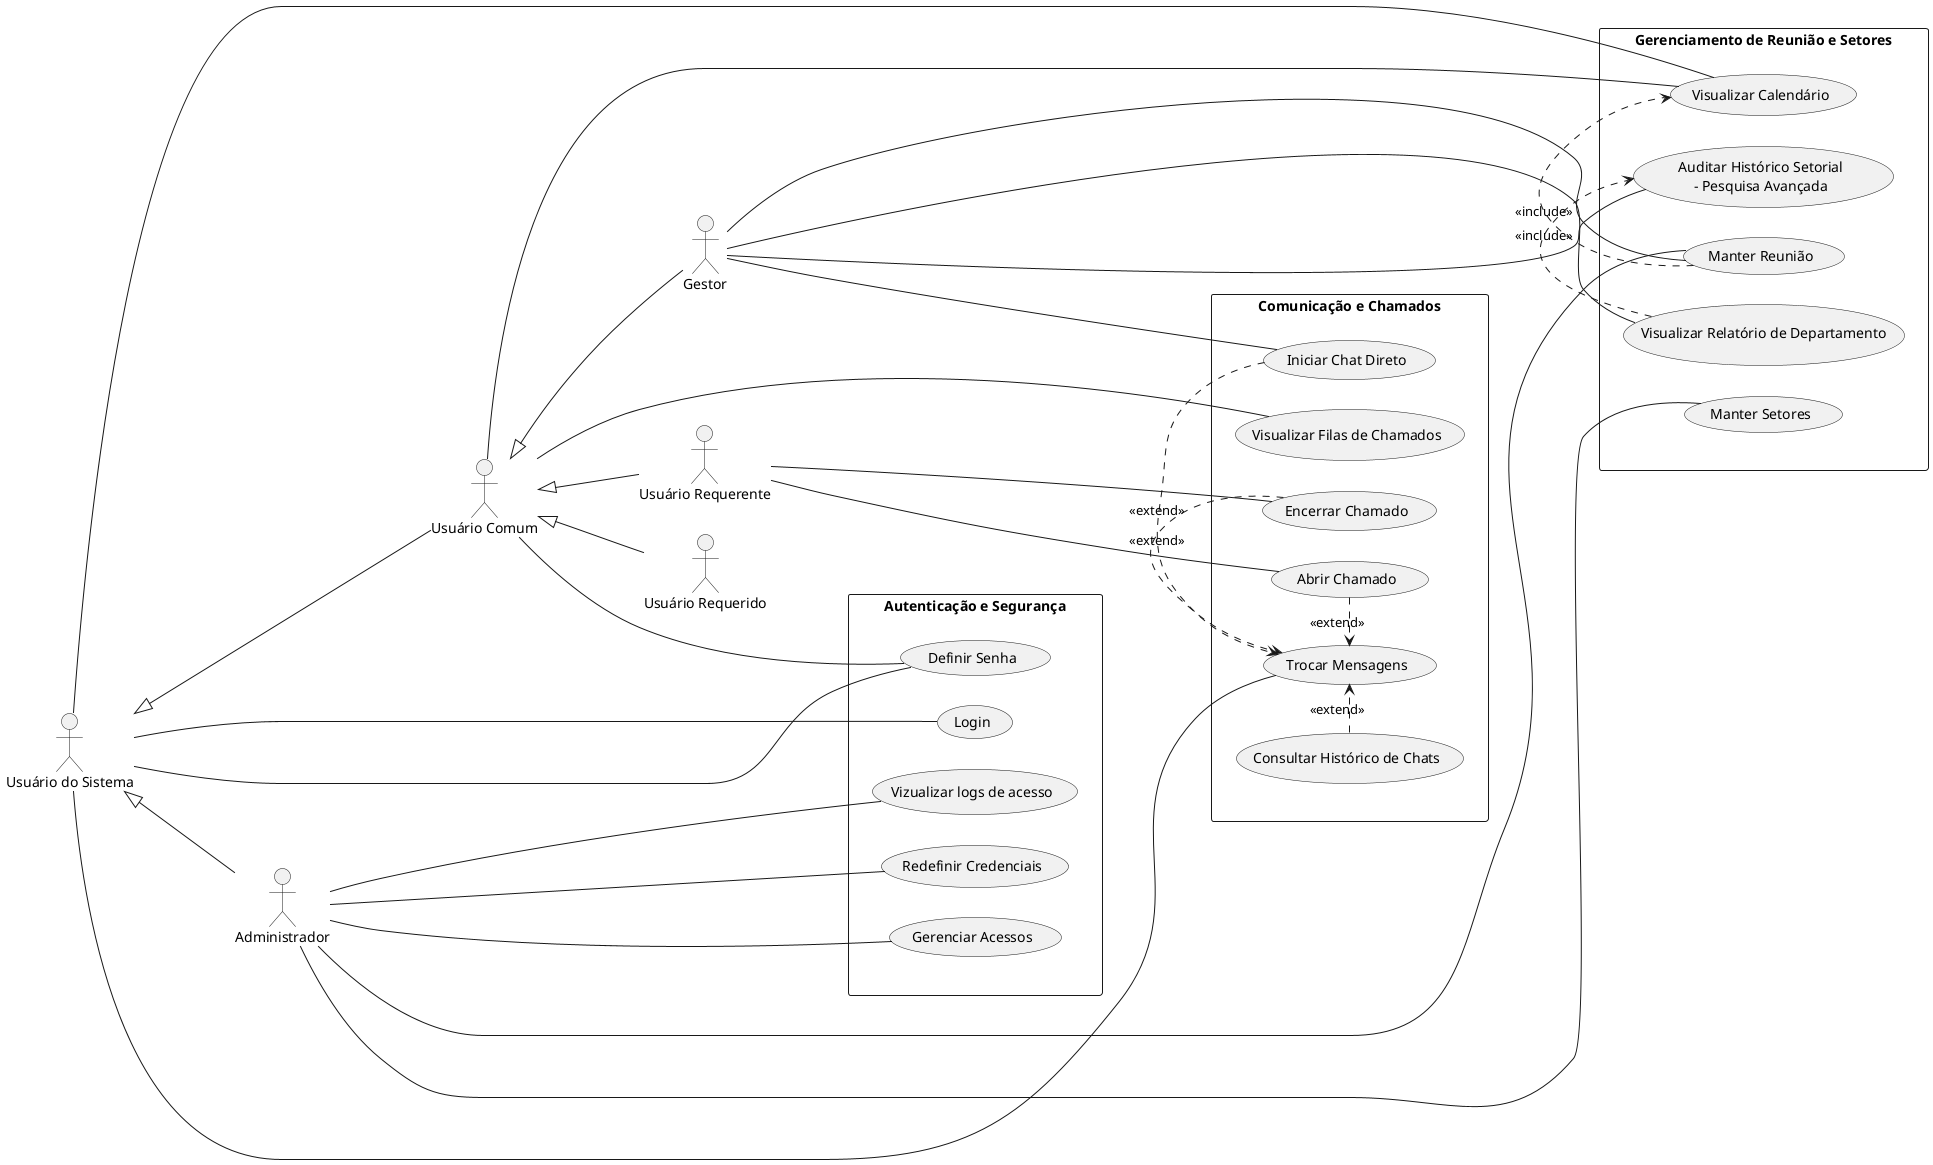
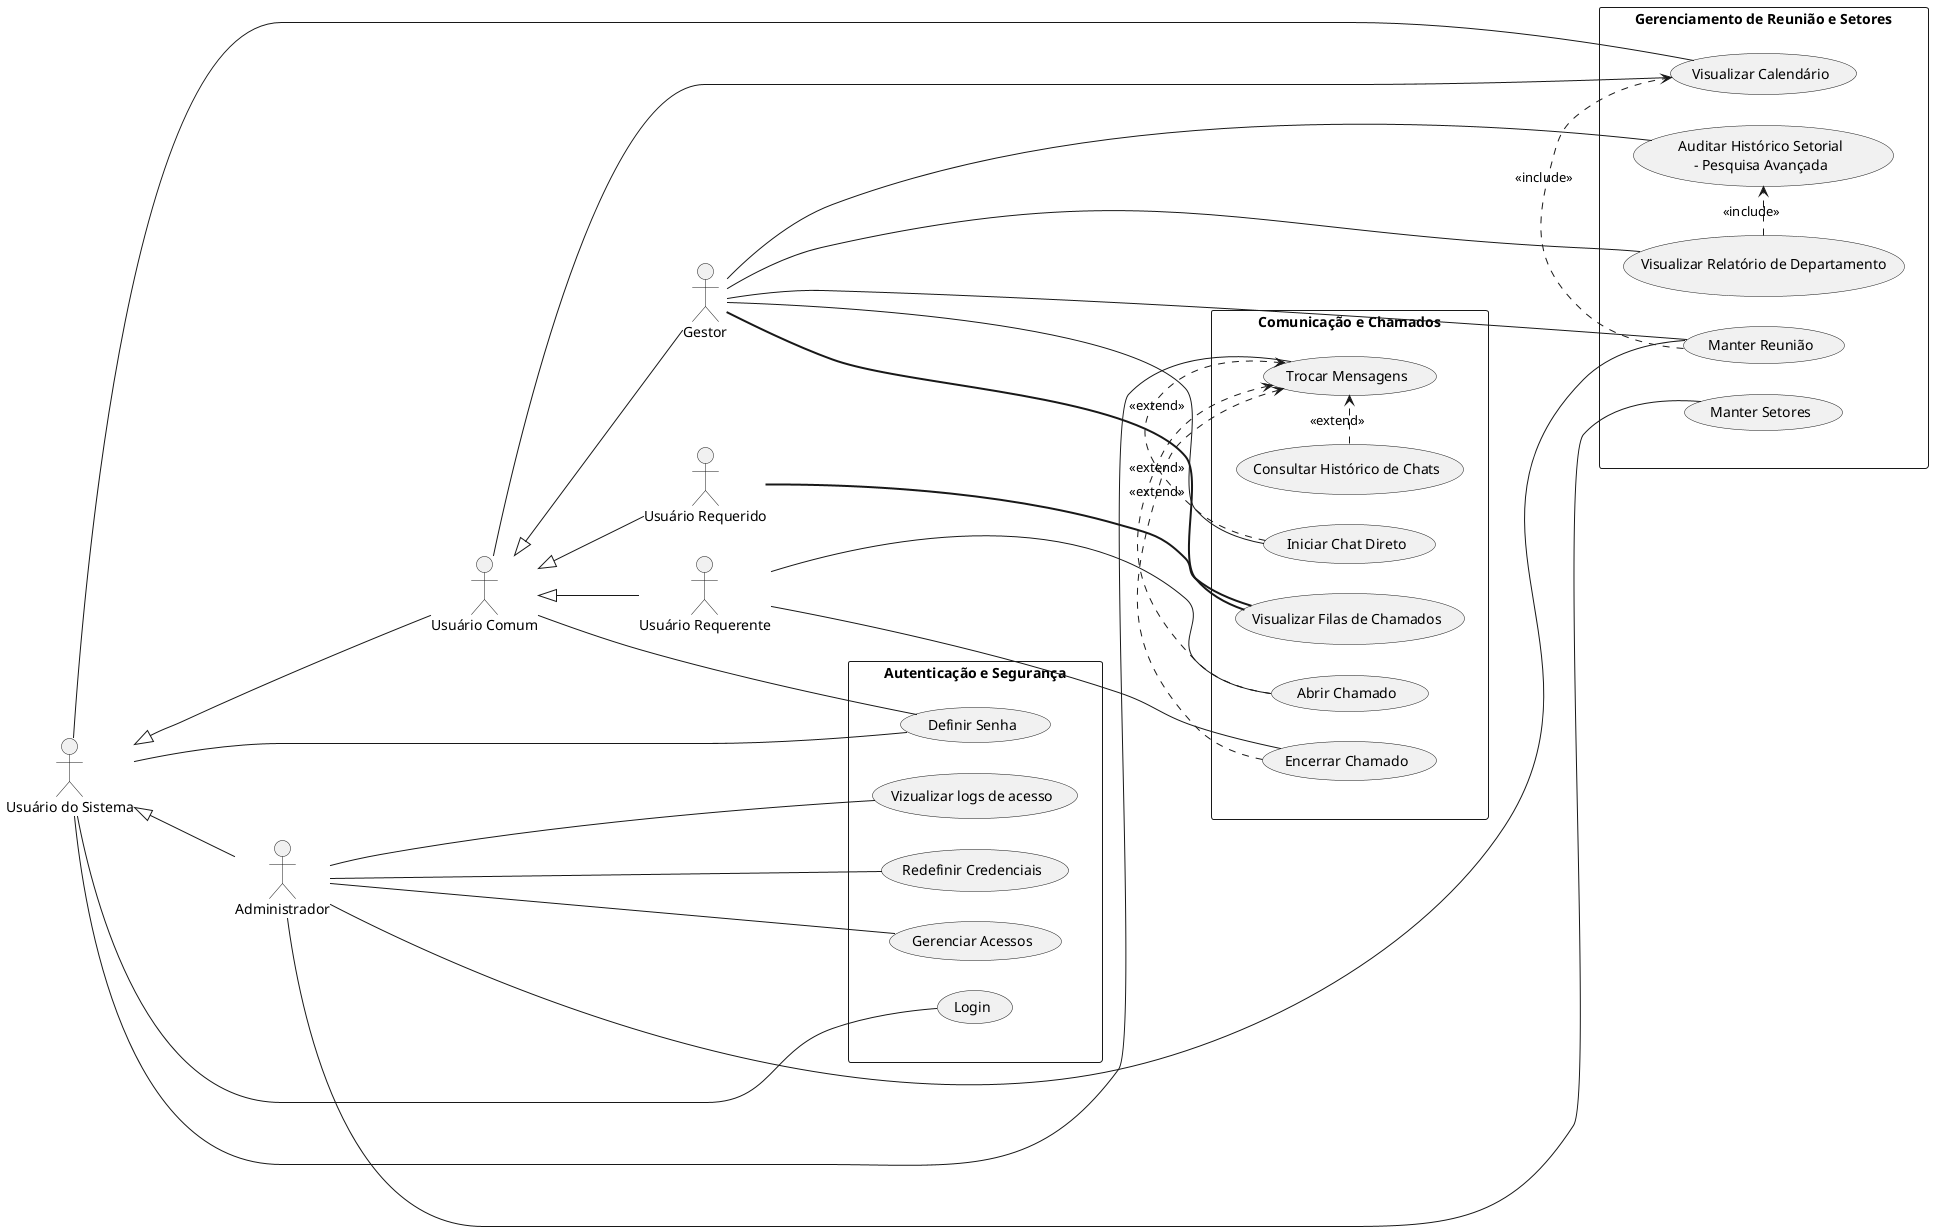
@startuml

' Configurações estéticas para melhorar o layout e o direcionamento das setas
skinparam backgroundcolor #FFFFFF
skinparam packageStyle rect
skinparam ranksep 100
skinparam nodesep 30
left to right direction


' Definição dos Atores e Hierarquia
actor "Usuário do Sistema" as US
actor "Administrador" as Admin
actor "Usuário Comum" as UC
actor "Usuário Requerente" as UReq
actor "Usuário Requerido" as URec
actor "Gestor" as Gestor


US <|-- Admin
Admin -[hidden]down-> UC
US <|-- UC
UC <|-- UReq
UC <|-- URec
UC <|-- Gestor


' Autenticação e Segurança
package "Autenticação e Segurança" as P_Segurança{
    usecase (Login) as UC_Login
    usecase (Definir Senha) as UC_DefinirSenha
    usecase (Redefinir Credenciais) as UC_RedefinirCredenciais
    usecase (Gerenciar Acessos) as UC_GerenciarAcessos
    usecase (Vizualizar logs de acesso) as UC_Auditarlogs
}

package "Comunicação e Chamados" as P_Comunicação {
    usecase (Trocar Mensagens) as UC_TrocarMensagens
    usecase (Consultar Histórico de Chats) as UC_Historico
    usecase (Iniciar Chat Direto) as UC_ChatDireto
    usecase (Abrir Chamado) as UC_AbrirChamado
    usecase (Encerrar Chamado) as UC_EncerrarChamado
    usecase (Visualizar Filas de Chamados) as UC_VisualizarFilas

    ' Agrupando as extensões para apontarem na mesma direção
    UC_Historico .right.> UC_TrocarMensagens : <<extend>>
    UC_ChatDireto .right.> UC_TrocarMensagens : <<extend>>
    UC_AbrirChamado .right.> UC_TrocarMensagens : <<extend>>
    UC_EncerrarChamado .right.> UC_TrocarMensagens : <<extend>>
}



package "Gerenciamento de Reunião e Setores" as P_Reunião {
    usecase (Manter Reunião) as UC_ManterReuniao
    usecase (Visualizar Calendário) as UC_Calendario
    usecase (Manter Setores) as UC_ManterSetores
    usecase (Visualizar Relatório de Departamento) as UC_Relatorio
    usecase (Auditar Histórico Setorial\n- Pesquisa Avançada) as UC_Historico_Departamento

    UC_ManterReuniao .right.> UC_Calendario : <<include>>
    UC_Relatorio .right.> UC_Historico_Departamento : <<include>>
}

' Força o posicionamento vertical dos pacotes para evitar sobreposição
P_Segurança -[hidden]down-> P_Comunicação
P_Comunicação -[hidden]down-> P_Reunião



' Usuário do Sistema (todos herdam)
US --- UC_Login
US --- UC_DefinirSenha
US --- UC_TrocarMensagens
US --- UC_Calendario


' Usuário Comum
UC --- UC_DefinirSenha
- UC --- UC_VisualizarFilas
UC --- UC_Calendario

' Usuário Requerente
UReq --- UC_AbrirChamado
UReq --- UC_EncerrarChamado

+ ' Usuário Requerido
+ URec --= UC_VisualizarFilas
+ 
' Gestor
Gestor --- UC_ChatDireto
Gestor --- UC_ManterReuniao
Gestor --- UC_Relatorio
Gestor --- UC_Historico_Departamento
+ Gestor --= UC_VisualizarFilas


' Administrador
Admin --- UC_GerenciarAcessos
Admin --- UC_RedefinirCredenciais
Admin --- UC_ManterReuniao
Admin --- UC_ManterSetores
Admin --- UC_Auditarlogs
@enduml